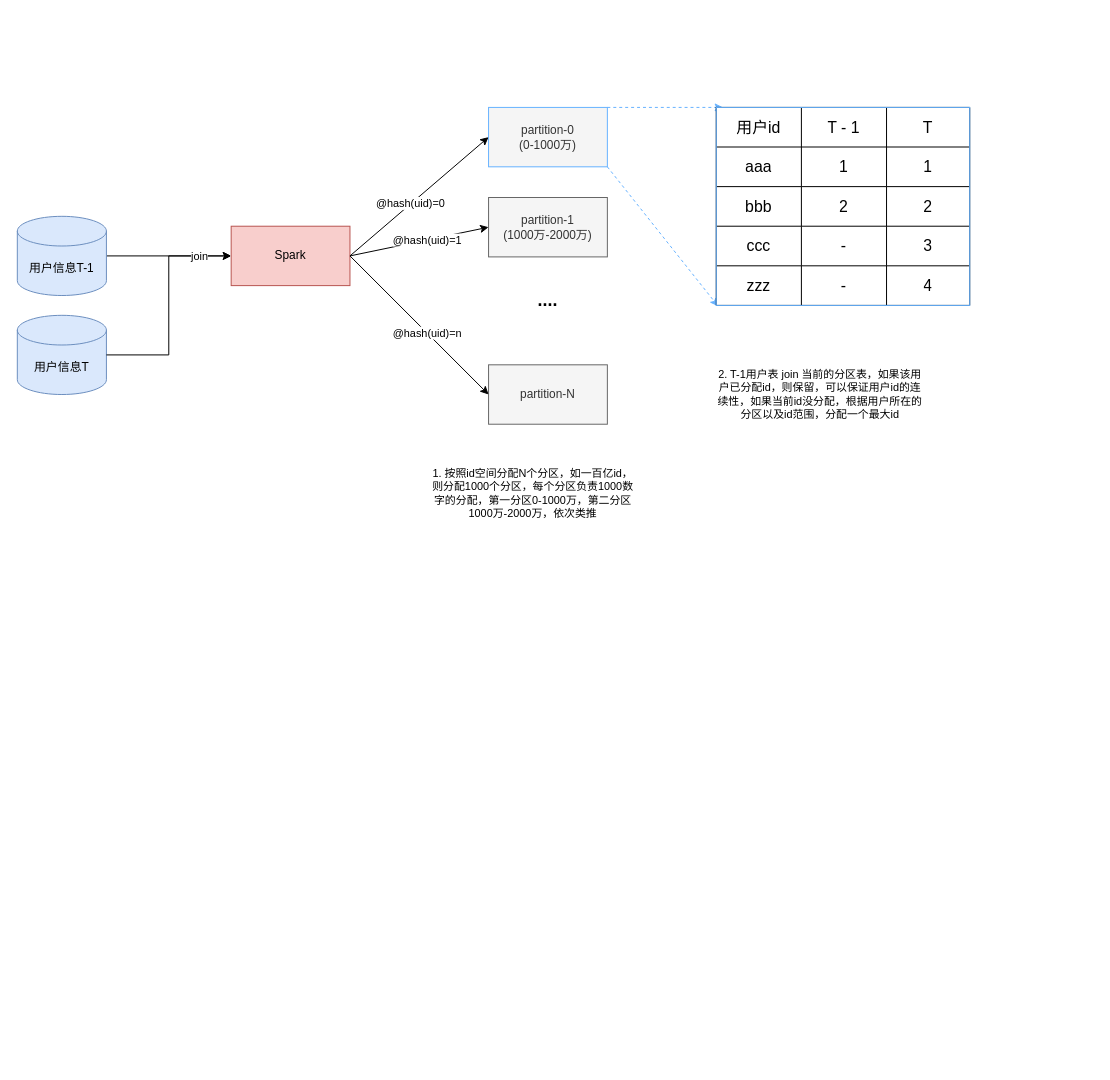
The draw.io diagram id-mapping-pipeline-ck.drawio in learn2Pro/draw_io_save, before the edit. Source tidied: cells renumbered, new cells numbered last; positions are measured from the earlier drawing's top-left corner, leaving out a move shared by most shapes. Both pictures are drawn from the tidied source at 99%, with x=0, y=0 at pixel (17, 107).
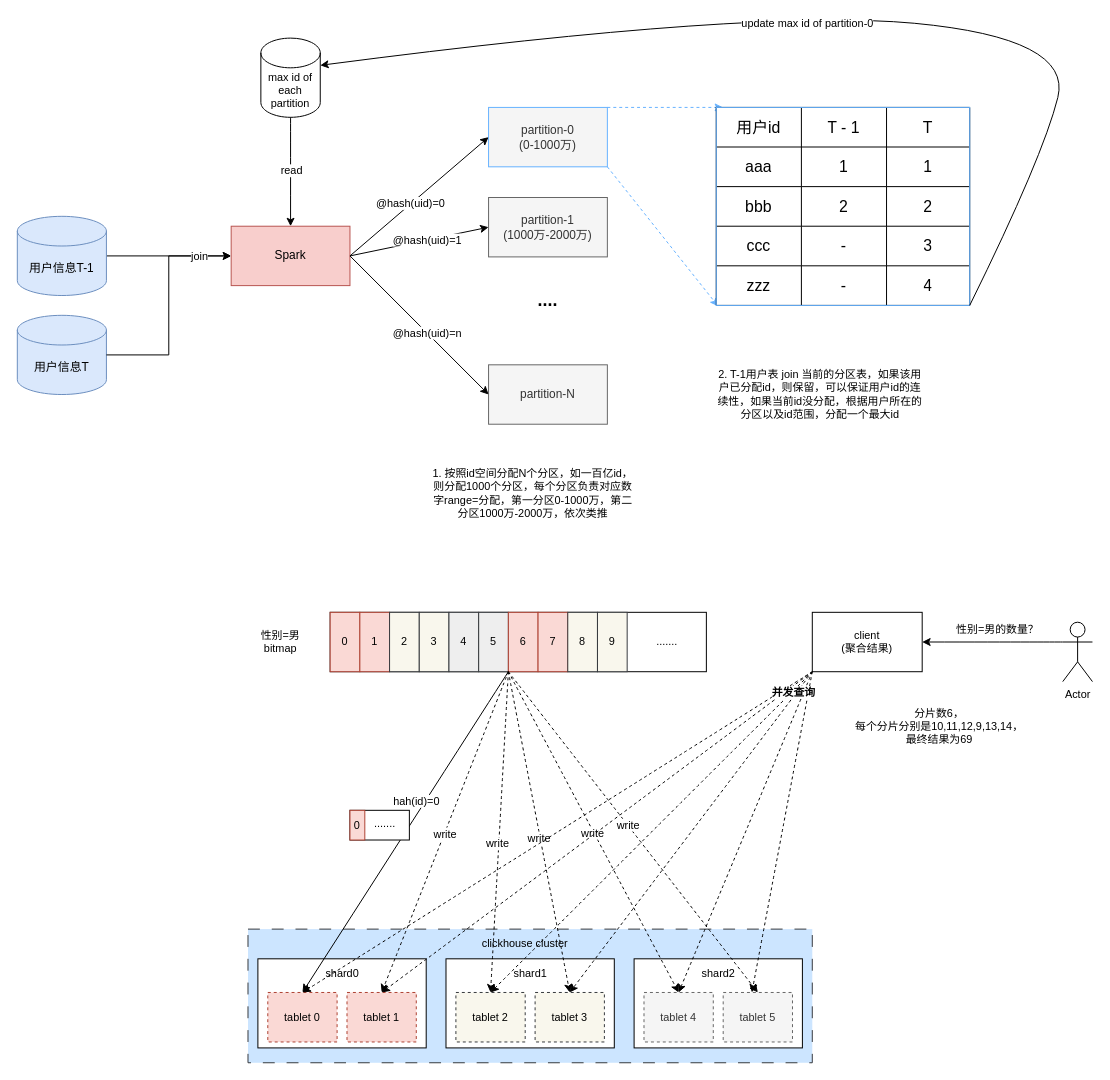
Above is the later version.

The change refers to these unchanged cells:
```xml
<mxCell id="2" value="Spark" style="rounded=0;whiteSpace=wrap;html=1;fillColor=#f8cecc;strokeColor=#b85450;" parent="1" vertex="1">
  <mxGeometry x="216" y="120" width="120" height="60" as="geometry" />
</mxCell>
<mxCell id="43" style="rounded=0;whiteSpace=wrap;html=1;fontSize=11;strokeColor=#66B2FF;fillColor=none;" parent="1" vertex="1">
  <mxGeometry x="706" width="256" height="200" as="geometry" />
</mxCell>
```

Diff of the diagram source:
```diff
@@
+    <mxCell id="44" style="group;" parent="1" vertex="1">
+      <mxGeometry x="233" y="830" width="570" height="135" as="geometry" />
+    </mxCell>
+    <mxCell id="45" style="rounded=0;whiteSpace=wrap;html=1;strokeColor=#36393d;fontSize=11;fillColor=#cce5ff;dashed=1;dashPattern=12 12;" parent="44" vertex="1">
+      <mxGeometry width="570" height="135" as="geometry" />
+    </mxCell>
+    <mxCell id="46" style="rounded=0;whiteSpace=wrap;html=1;strokeColor=#000000;fontSize=11;fillColor=default;" parent="44" vertex="1">
+      <mxGeometry x="10" y="30" width="170" height="90" as="geometry" />
+    </mxCell>
+    <mxCell id="47" value="shard0" style="text;html=1;align=center;verticalAlign=middle;strokeColor=none;fillColor=none;fontSize=11;" parent="44" vertex="1">
+      <mxGeometry x="65" y="30" width="60" height="30" as="geometry" />
+    </mxCell>
+    <mxCell id="48" value="tablet 0" style="rounded=0;whiteSpace=wrap;html=1;strokeColor=#ae4132;fontSize=11;fillColor=#fad9d5;dashed=1;" parent="44" vertex="1">
+      <mxGeometry x="20" y="64" width="70" height="50" as="geometry" />
+    </mxCell>
+    <mxCell id="49" value="tablet 1" style="rounded=0;whiteSpace=wrap;html=1;strokeColor=#ae4132;fontSize=11;fillColor=#fad9d5;dashed=1;" parent="44" vertex="1">
+      <mxGeometry x="100" y="64" width="70" height="50" as="geometry" />
+    </mxCell>
+    <mxCell id="50" style="rounded=0;whiteSpace=wrap;html=1;strokeColor=#000000;fontSize=11;fillColor=default;" parent="44" vertex="1">
+      <mxGeometry x="200" y="30" width="170" height="90" as="geometry" />
+    </mxCell>
+    <mxCell id="51" value="shard1" style="text;html=1;align=center;verticalAlign=middle;strokeColor=none;fillColor=none;fontSize=11;" parent="44" vertex="1">
+      <mxGeometry x="255" y="30" width="60" height="30" as="geometry" />
+    </mxCell>
+    <mxCell id="52" value="tablet 2" style="rounded=0;whiteSpace=wrap;html=1;strokeColor=#36393d;fontSize=11;fillColor=#f9f7ed;dashed=1;" parent="44" vertex="1">
+      <mxGeometry x="210" y="64" width="70" height="50" as="geometry" />
+    </mxCell>
+    <mxCell id="53" value="tablet 3" style="rounded=0;whiteSpace=wrap;html=1;strokeColor=#36393d;fontSize=11;fillColor=#f9f7ed;dashed=1;" parent="44" vertex="1">
+      <mxGeometry x="290" y="64" width="70" height="50" as="geometry" />
+    </mxCell>
+    <mxCell id="54" style="rounded=0;whiteSpace=wrap;html=1;strokeColor=#000000;fontSize=11;fillColor=default;" parent="44" vertex="1">
+      <mxGeometry x="390" y="30" width="170" height="90" as="geometry" />
+    </mxCell>
+    <mxCell id="55" value="shard2" style="text;html=1;align=center;verticalAlign=middle;strokeColor=none;fillColor=none;fontSize=11;" parent="44" vertex="1">
+      <mxGeometry x="445" y="30" width="60" height="30" as="geometry" />
+    </mxCell>
+    <mxCell id="56" value="tablet 4" style="rounded=0;whiteSpace=wrap;html=1;strokeColor=#666666;fontSize=11;fillColor=#f5f5f5;dashed=1;fontColor=#333333;" parent="44" vertex="1">
+      <mxGeometry x="400" y="64" width="70" height="50" as="geometry" />
+    </mxCell>
+    <mxCell id="57" value="tablet 5" style="rounded=0;whiteSpace=wrap;html=1;strokeColor=#666666;fontSize=11;fillColor=#f5f5f5;dashed=1;fontColor=#333333;" parent="44" vertex="1">
+      <mxGeometry x="480" y="64" width="70" height="50" as="geometry" />
+    </mxCell>
+    <mxCell id="58" value="clickhouse cluster" style="text;html=1;strokeColor=none;fillColor=none;align=center;verticalAlign=middle;whiteSpace=wrap;rounded=0;fontSize=11;" parent="44" vertex="1">
+      <mxGeometry x="230" width="100" height="30" as="geometry" />
+    </mxCell>
@@
-    <mxCell id="18" value="1. 按照id空间分配N个分区，如一百亿id，则分配1000个分区，每个分区负责1000数字的分配，第一分区0-1000万，第二分区1000万-2000万，依次类推" style="text;html=1;strokeColor=none;fillColor=none;align=center;verticalAlign=middle;whiteSpace=wrap;rounded=0;fontSize=11;" parent="1" vertex="1">
+    <mxCell id="18" value="1. 按照id空间分配N个分区，如一百亿id，则分配1000个分区，每个分区负责对应数字range=分配，第一分区0-1000万，第二分区1000万-2000万，依次类推" style="text;html=1;strokeColor=none;fillColor=none;align=center;verticalAlign=middle;whiteSpace=wrap;rounded=0;fontSize=11;" parent="1" vertex="1">
       <mxGeometry x="416" y="350" width="210" height="80" as="geometry" />
     </mxCell>
@@
+    <mxCell id="59" style="edgeStyle=orthogonalEdgeStyle;curved=1;rounded=0;jettySize=auto;html=1;strokeColor=#000000;fontSize=11;" parent="1" edge="1" source="61" target="2">
+      <mxGeometry relative="1" as="geometry" />
+    </mxCell>
+    <mxCell id="60" value="read" style="edgeLabel;html=1;align=center;verticalAlign=middle;fontSize=11;" parent="59" vertex="1">
+      <mxGeometry x="-0.05" relative="1" as="geometry">
+        <mxPoint y="1" as="offset" />
+      </mxGeometry>
+    </mxCell>
+    <mxCell id="61" value="max id of each partition" style="shape=cylinder3;whiteSpace=wrap;html=1;boundedLbl=1;backgroundOutline=1;size=15;strokeColor=#000000;fontSize=11;fillColor=none;" parent="1" vertex="1">
+      <mxGeometry x="246" y="-70" width="60" height="80" as="geometry" />
+    </mxCell>
+    <mxCell id="62" style="endArrow=classic;html=1;rounded=0;strokeColor=#000000;fontSize=11;curved=1;entryX=1;entryY=0;entryDx=0;entryDy=27.5;entryPerimeter=0;exitX=1;exitY=1;exitDx=0;exitDy=0;" parent="1" edge="1" source="43" target="61">
+      <mxGeometry relative="1" as="geometry">
+        <Array as="points">
+          <mxPoint x="1036" y="50" />
+          <mxPoint x="1066" y="-70" />
+          <mxPoint x="746" y="-100" />
+        </Array>
+      </mxGeometry>
+    </mxCell>
+    <mxCell id="63" value="update max id of partition-0" style="edgeLabel;html=1;align=center;verticalAlign=middle;fontSize=11;" parent="62" vertex="1">
+      <mxGeometry x="0.06" y="10" relative="1" as="geometry" />
+    </mxCell>
+    <mxCell id="64" style="rounded=0;whiteSpace=wrap;html=1;strokeColor=#000000;fontSize=11;fillColor=default;" parent="1" vertex="1">
+      <mxGeometry x="316" y="510" width="380" height="60" as="geometry" />
+    </mxCell>
+    <mxCell id="65" value="性别=男bitmap" style="text;html=1;strokeColor=none;fillColor=none;align=center;verticalAlign=middle;whiteSpace=wrap;rounded=0;fontSize=11;" parent="1" vertex="1">
+      <mxGeometry x="236" y="510" width="60" height="60" as="geometry" />
+    </mxCell>
+    <mxCell id="66" value="0" style="rounded=0;whiteSpace=wrap;html=1;strokeColor=#ae4132;fontSize=11;fillColor=#fad9d5;" parent="1" vertex="1">
+      <mxGeometry x="316" y="510" width="30" height="60" as="geometry" />
+    </mxCell>
+    <mxCell id="67" value="1" style="rounded=0;whiteSpace=wrap;html=1;strokeColor=#ae4132;fontSize=11;fillColor=#fad9d5;" parent="1" vertex="1">
+      <mxGeometry x="346" y="510" width="30" height="60" as="geometry" />
+    </mxCell>
+    <mxCell id="68" value="2" style="rounded=0;whiteSpace=wrap;html=1;strokeColor=#36393d;fontSize=11;fillColor=#f9f7ed;" parent="1" vertex="1">
+      <mxGeometry x="376" y="510" width="30" height="60" as="geometry" />
+    </mxCell>
+    <mxCell id="69" value="3" style="rounded=0;whiteSpace=wrap;html=1;strokeColor=#36393d;fontSize=11;fillColor=#f9f7ed;" parent="1" vertex="1">
+      <mxGeometry x="406" y="510" width="30" height="60" as="geometry" />
+    </mxCell>
+    <mxCell id="70" value="4" style="rounded=0;whiteSpace=wrap;html=1;strokeColor=#36393d;fontSize=11;fillColor=#eeeeee;" parent="1" vertex="1">
+      <mxGeometry x="436" y="510" width="30" height="60" as="geometry" />
+    </mxCell>
+    <mxCell id="71" value="5" style="rounded=0;whiteSpace=wrap;html=1;strokeColor=#36393d;fontSize=11;fillColor=#eeeeee;" parent="1" vertex="1">
+      <mxGeometry x="466" y="510" width="30" height="60" as="geometry" />
+    </mxCell>
+    <mxCell id="72" value="6" style="rounded=0;whiteSpace=wrap;html=1;strokeColor=#ae4132;fontSize=11;fillColor=#fad9d5;" parent="1" vertex="1">
+      <mxGeometry x="496" y="510" width="30" height="60" as="geometry" />
+    </mxCell>
+    <mxCell id="73" value="7" style="rounded=0;whiteSpace=wrap;html=1;strokeColor=#ae4132;fontSize=11;fillColor=#fad9d5;" parent="1" vertex="1">
+      <mxGeometry x="526" y="510" width="30" height="60" as="geometry" />
+    </mxCell>
+    <mxCell id="74" value="8" style="rounded=0;whiteSpace=wrap;html=1;strokeColor=#36393d;fontSize=11;fillColor=#f9f7ed;" parent="1" vertex="1">
+      <mxGeometry x="556" y="510" width="30" height="60" as="geometry" />
+    </mxCell>
+    <mxCell id="75" value="9" style="rounded=0;whiteSpace=wrap;html=1;strokeColor=#36393d;fontSize=11;fillColor=#f9f7ed;" parent="1" vertex="1">
+      <mxGeometry x="586" y="510" width="30" height="60" as="geometry" />
+    </mxCell>
+    <mxCell id="76" value="......." style="text;html=1;align=center;verticalAlign=middle;strokeColor=none;fillColor=none;fontSize=11;" parent="1" vertex="1">
+      <mxGeometry x="636" y="525" width="40" height="30" as="geometry" />
+    </mxCell>
+    <mxCell id="77" style="endArrow=classic;html=1;rounded=0;strokeColor=#000000;fontSize=11;curved=1;entryX=0.5;entryY=0;entryDx=0;entryDy=0;exitX=1;exitY=1;exitDx=0;exitDy=0;" parent="1" edge="1" source="71" target="48">
+      <mxGeometry relative="1" as="geometry" />
+    </mxCell>
+    <mxCell id="78" value="hah(id)=0" style="edgeLabel;html=1;align=center;verticalAlign=middle;fontSize=11;" parent="77" vertex="1">
+      <mxGeometry x="-0.02" y="2" relative="1" as="geometry">
+        <mxPoint x="7" y="-30" as="offset" />
+      </mxGeometry>
+    </mxCell>
+    <mxCell id="79" style="endArrow=classic;html=1;rounded=0;strokeColor=#000000;fontSize=11;curved=1;entryX=0.5;entryY=0;entryDx=0;entryDy=0;exitX=0;exitY=1;exitDx=0;exitDy=0;dashed=1;" parent="1" edge="1" source="72" target="49">
+      <mxGeometry relative="1" as="geometry" />
+    </mxCell>
+    <mxCell id="80" value="write" style="edgeLabel;html=1;align=center;verticalAlign=middle;fontSize=11;" parent="79" vertex="1">
+      <mxGeometry x="0.01" relative="1" as="geometry" />
+    </mxCell>
+    <mxCell id="81" style="endArrow=classic;html=1;rounded=0;strokeColor=#000000;fontSize=11;curved=1;entryX=0.5;entryY=0;entryDx=0;entryDy=0;exitX=0;exitY=1;exitDx=0;exitDy=0;dashed=1;" parent="1" edge="1" source="72" target="52">
+      <mxGeometry relative="1" as="geometry" />
+    </mxCell>
+    <mxCell id="82" value="write" style="edgeLabel;html=1;align=center;verticalAlign=middle;fontSize=11;" parent="81" vertex="1">
+      <mxGeometry x="0.07" y="-2" relative="1" as="geometry" />
+    </mxCell>
+    <mxCell id="83" style="endArrow=classic;html=1;rounded=0;strokeColor=#000000;fontSize=11;curved=1;entryX=0.5;entryY=0;entryDx=0;entryDy=0;exitX=1;exitY=1;exitDx=0;exitDy=0;dashed=1;" parent="1" edge="1" source="71" target="53">
+      <mxGeometry relative="1" as="geometry" />
+    </mxCell>
+    <mxCell id="84" value="write" style="edgeLabel;html=1;align=center;verticalAlign=middle;fontSize=11;" parent="83" vertex="1">
+      <mxGeometry x="0.03" y="-1" relative="1" as="geometry" />
+    </mxCell>
+    <mxCell id="85" style="endArrow=classic;html=1;rounded=0;strokeColor=#000000;fontSize=11;curved=1;entryX=0.5;entryY=0;entryDx=0;entryDy=0;exitX=1;exitY=1;exitDx=0;exitDy=0;dashed=1;" parent="1" edge="1" source="71" target="56">
+      <mxGeometry relative="1" as="geometry" />
+    </mxCell>
+    <mxCell id="86" value="write" style="edgeLabel;html=1;align=center;verticalAlign=middle;fontSize=11;" parent="85" vertex="1">
+      <mxGeometry y="-2" relative="1" as="geometry" />
+    </mxCell>
+    <mxCell id="87" style="endArrow=classic;html=1;rounded=0;strokeColor=#000000;fontSize=11;curved=1;entryX=0.5;entryY=0;entryDx=0;entryDy=0;exitX=0;exitY=1;exitDx=0;exitDy=0;dashed=1;" parent="1" edge="1" source="72" target="57">
+      <mxGeometry relative="1" as="geometry" />
+    </mxCell>
+    <mxCell id="88" value="write" style="edgeLabel;html=1;align=center;verticalAlign=middle;fontSize=11;" parent="87" vertex="1">
+      <mxGeometry x="-0.04" relative="1" as="geometry">
+        <mxPoint y="-1" as="offset" />
+      </mxGeometry>
+    </mxCell>
+    <mxCell id="89" style="group;" parent="1" vertex="1">
+      <mxGeometry x="336" y="710" width="60" height="30" as="geometry" />
+    </mxCell>
+    <mxCell id="90" style="rounded=0;whiteSpace=wrap;html=1;strokeColor=#000000;fontSize=11;fillColor=default;" parent="89" vertex="1">
+      <mxGeometry width="60" height="30" as="geometry" />
+    </mxCell>
+    <mxCell id="91" value="0" style="rounded=0;whiteSpace=wrap;html=1;strokeColor=#ae4132;fontSize=11;fillColor=#fad9d5;" parent="89" vertex="1">
+      <mxGeometry width="15" height="30" as="geometry" />
+    </mxCell>
+    <mxCell id="92" value="......." style="text;html=1;align=center;verticalAlign=middle;strokeColor=none;fillColor=none;fontSize=11;" parent="89" vertex="1">
+      <mxGeometry x="15" y="-2" width="40" height="30" as="geometry" />
+    </mxCell>
+    <mxCell id="93" value="client&lt;br&gt;(聚合结果)" style="rounded=0;whiteSpace=wrap;html=1;strokeColor=#000000;fontSize=11;fillColor=default;" parent="1" vertex="1">
+      <mxGeometry x="803" y="510" width="111" height="60" as="geometry" />
+    </mxCell>
+    <mxCell id="94" value="Actor" style="shape=umlActor;verticalLabelPosition=bottom;verticalAlign=top;html=1;outlineConnect=0;strokeColor=#000000;fontSize=11;fillColor=default;" parent="1" vertex="1">
+      <mxGeometry x="1056" y="520" width="30" height="60" as="geometry" />
+    </mxCell>
+    <mxCell id="95" style="endArrow=classic;html=1;rounded=0;dashed=1;strokeColor=#000000;fontSize=11;curved=1;exitX=0;exitY=1;exitDx=0;exitDy=0;entryX=0.5;entryY=0;entryDx=0;entryDy=0;" parent="1" edge="1" source="93" target="48">
+      <mxGeometry relative="1" as="geometry" />
+    </mxCell>
+    <mxCell id="96" style="endArrow=classic;html=1;rounded=0;dashed=1;strokeColor=#000000;fontSize=11;curved=1;exitX=0;exitY=1;exitDx=0;exitDy=0;entryX=0.5;entryY=0;entryDx=0;entryDy=0;" parent="1" edge="1" source="93" target="49">
+      <mxGeometry relative="1" as="geometry" />
+    </mxCell>
+    <mxCell id="97" style="endArrow=classic;html=1;rounded=0;dashed=1;strokeColor=#000000;fontSize=11;curved=1;entryX=0.5;entryY=0;entryDx=0;entryDy=0;exitX=0;exitY=1;exitDx=0;exitDy=0;" parent="1" edge="1" source="93" target="52">
+      <mxGeometry relative="1" as="geometry" />
+    </mxCell>
+    <mxCell id="98" style="endArrow=classic;html=1;rounded=0;dashed=1;strokeColor=#000000;fontSize=11;curved=1;exitX=0;exitY=1;exitDx=0;exitDy=0;entryX=0.5;entryY=0;entryDx=0;entryDy=0;" parent="1" edge="1" source="93" target="53">
+      <mxGeometry relative="1" as="geometry" />
+    </mxCell>
+    <mxCell id="99" style="endArrow=classic;html=1;rounded=0;dashed=1;strokeColor=#000000;fontSize=11;curved=1;entryX=0.5;entryY=0;entryDx=0;entryDy=0;exitX=0;exitY=1;exitDx=0;exitDy=0;" parent="1" edge="1" source="93" target="56">
+      <mxGeometry relative="1" as="geometry" />
+    </mxCell>
+    <mxCell id="100" style="endArrow=classic;html=1;rounded=0;dashed=1;strokeColor=#000000;fontSize=11;curved=1;entryX=0.414;entryY=0;entryDx=0;entryDy=0;entryPerimeter=0;exitX=0;exitY=1;exitDx=0;exitDy=0;" parent="1" edge="1" source="93" target="57">
+      <mxGeometry relative="1" as="geometry" />
+    </mxCell>
+    <mxCell id="101" value="&lt;b&gt;并发查询&lt;/b&gt;" style="edgeLabel;html=1;align=center;verticalAlign=middle;fontSize=11;" parent="100" vertex="1">
+      <mxGeometry x="-0.67" relative="1" as="geometry">
+        <mxPoint x="-10" y="-33" as="offset" />
+      </mxGeometry>
+    </mxCell>
+    <mxCell id="102" style="endArrow=classic;html=1;rounded=0;strokeColor=#000000;fontSize=11;curved=1;exitX=0;exitY=0.3333333333333333;exitDx=0;exitDy=0;exitPerimeter=0;" parent="1" edge="1" source="94" target="93">
+      <mxGeometry relative="1" as="geometry" />
+    </mxCell>
+    <mxCell id="103" value="性别=男的数量？" style="edgeLabel;html=1;align=center;verticalAlign=middle;fontSize=11;" parent="102" vertex="1">
+      <mxGeometry x="0.1" y="-2" relative="1" as="geometry">
+        <mxPoint x="11" y="-12" as="offset" />
+      </mxGeometry>
+    </mxCell>
+    <mxCell id="104" value="分片数6，&lt;br style=&quot;border-color: var(--border-color);&quot;&gt;&lt;span style=&quot;background-color: rgb(255, 255, 255);&quot;&gt;每个分片分别是10,11,12,9,13,14，&lt;/span&gt;&lt;br style=&quot;border-color: var(--border-color);&quot;&gt;&lt;span style=&quot;background-color: rgb(255, 255, 255);&quot;&gt;最终结果为69&lt;/span&gt;" style="text;html=1;align=center;verticalAlign=middle;strokeColor=none;fillColor=none;fontSize=11;" parent="1" vertex="1">
+      <mxGeometry x="836" y="600" width="190" height="50" as="geometry" />
+    </mxCell>
```
